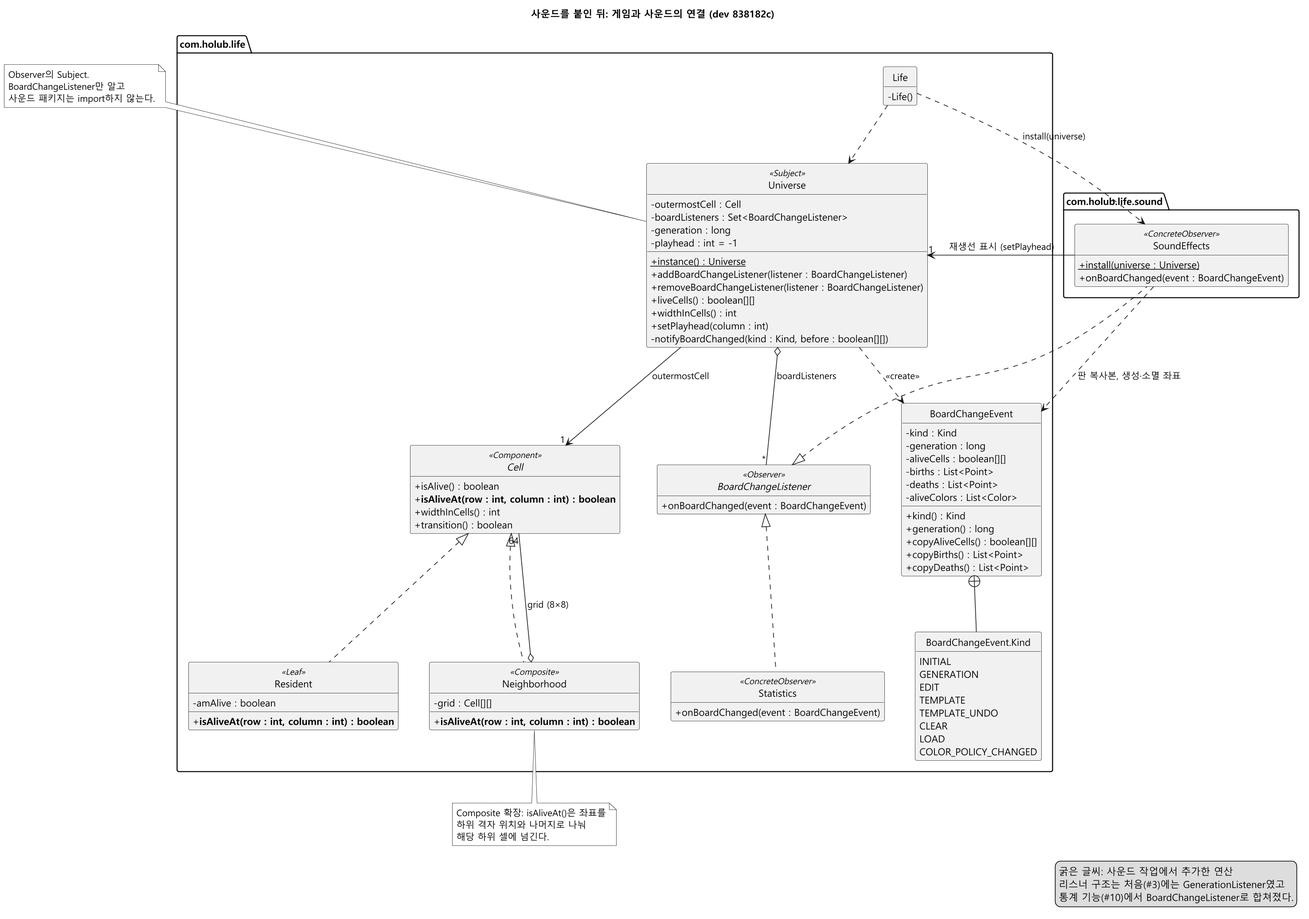
Above: docs/sound-effects/diagram/class-after.png in mckimR1972/DP_team_project (PlantUML), before the change. The source it was exported from:
```plantuml
@startuml class-after
!pragma layout smetana
skinparam monochrome true
skinparam dpi 150
skinparam shadowing false
skinparam defaultFontName "Malgun Gothic"
skinparam classAttributeIconSize 0
hide circle
set separator none
hide empty members
skinparam ranksep 60
skinparam nodesep 45
title 사운드를 붙인 뒤: 게임과 사운드의 연결 (dev 838182c)

package "com.holub.life" {
  class Life {
    - Life()
  }

  class Universe <<Subject>> {
    - outermostCell : Cell
    - boardListeners : Set<BoardChangeListener>
    - generation : long
    - playhead : int = -1
    + {static} instance() : Universe
    + addBoardChangeListener(listener : BoardChangeListener)
    + removeBoardChangeListener(listener : BoardChangeListener)
    + liveCells() : boolean[][]
    + widthInCells() : int
    + setPlayhead(column : int)
    - notifyBoardChanged(kind : Kind, before : boolean[][])
  }

  interface BoardChangeListener <<Observer>> {
    + onBoardChanged(event : BoardChangeEvent)
  }

  class BoardChangeEvent {
    - kind : Kind
    - generation : long
    - aliveCells : boolean[][]
    - births : List<Point>
    - deaths : List<Point>
    - aliveColors : List<Color>
    + kind() : Kind
    + generation() : long
    + copyAliveCells() : boolean[][]
    + copyBirths() : List<Point>
    + copyDeaths() : List<Point>
  }

  enum "BoardChangeEvent.Kind" as Kind {
    INITIAL
    GENERATION
    EDIT
    TEMPLATE
    TEMPLATE_UNDO
    CLEAR
    LOAD
    COLOR_POLICY_CHANGED
  }

  class Statistics <<ConcreteObserver>> {
    + onBoardChanged(event : BoardChangeEvent)
  }

  interface Cell <<Component>> {
    + isAlive() : boolean
    + **isAliveAt(row : int, column : int) : boolean**
    + widthInCells() : int
    + transition() : boolean
  }

  class Neighborhood <<Composite>> {
    - grid : Cell[][]
    + **isAliveAt(row : int, column : int) : boolean**
  }

  class Resident <<Leaf>> {
    - amAlive : boolean
    + **isAliveAt(row : int, column : int) : boolean**
  }
}

package "com.holub.life.sound" {
  class SoundEffects <<ConcreteObserver>> {
    + {static} install(universe : Universe)
    + onBoardChanged(event : BoardChangeEvent)
  }
}

Life ..> Universe
Life ..> SoundEffects : install(universe)

Universe o-- "*" BoardChangeListener : boardListeners
Universe ..> BoardChangeEvent : <<create>>
BoardChangeEvent +-- Kind
BoardChangeListener <|.. Statistics
BoardChangeListener <|.. SoundEffects
SoundEffects ..> BoardChangeEvent : 판 복사본, 생성·소멸 좌표
SoundEffects --> "1" Universe : 재생선 표시 (setPlayhead)

Universe --> "1" Cell : outermostCell
Cell <|.. Neighborhood
Cell <|.. Resident
Neighborhood o-- "64" Cell : grid (8×8)

note top of Universe
  Observer의 Subject.
  BoardChangeListener만 알고
  사운드 패키지는 import하지 않는다.
end note

note bottom of Neighborhood
  Composite 확장: isAliveAt()은 좌표를
  하위 격자 위치와 나머지로 나눠
  해당 하위 셀에 넘긴다.
end note

legend right
  굵은 글씨: 사운드 작업에서 추가한 연산
  리스너 구조는 처음(#3)에는 GenerationListener였고
  통계 기능(#10)에서 BoardChangeListener로 합쳐졌다.
endlegend
@enduml
```
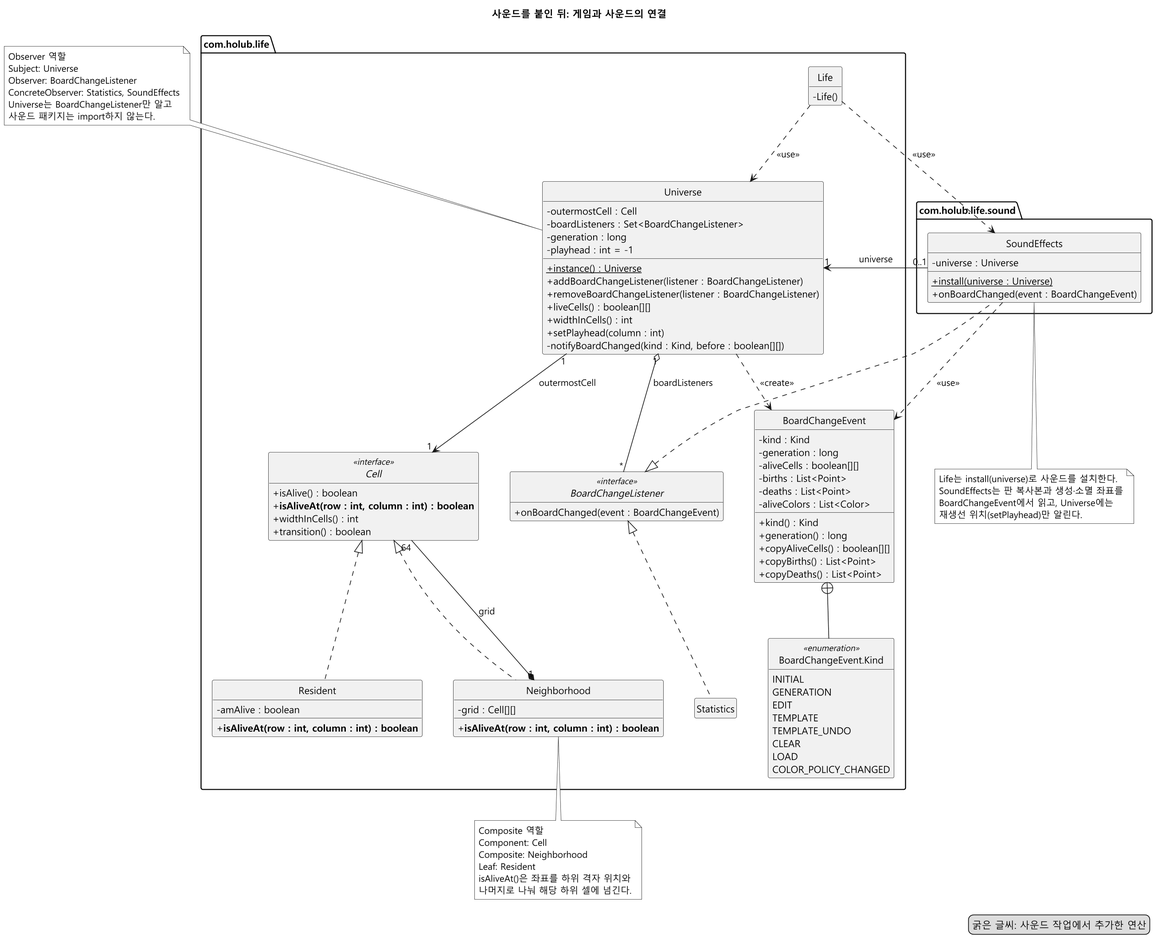
Later version of the same file.

The edit, as a diff of the source:
```diff
@@ -10,14 +10,14 @@
 hide empty members
 skinparam ranksep 60
 skinparam nodesep 45
-title 사운드를 붙인 뒤: 게임과 사운드의 연결 (dev 838182c)
+title 사운드를 붙인 뒤: 게임과 사운드의 연결
 
 package "com.holub.life" {
   class Life {
     - Life()
   }
 
-  class Universe <<Subject>> {
+  class Universe {
     - outermostCell : Cell
     - boardListeners : Set<BoardChangeListener>
     - generation : long
@@ -31,7 +31,7 @@
     - notifyBoardChanged(kind : Kind, before : boolean[][])
   }
 
-  interface BoardChangeListener <<Observer>> {
+  interface BoardChangeListener <<interface>> {
     + onBoardChanged(event : BoardChangeEvent)
   }
 
@@ -49,7 +49,7 @@
     + copyDeaths() : List<Point>
   }
 
-  enum "BoardChangeEvent.Kind" as Kind {
+  enum "BoardChangeEvent.Kind" as Kind <<enumeration>> {
     INITIAL
     GENERATION
     EDIT
@@ -60,66 +60,76 @@
     COLOR_POLICY_CHANGED
   }
 
-  class Statistics <<ConcreteObserver>> {
-    + onBoardChanged(event : BoardChangeEvent)
-  }
+  class Statistics
 
-  interface Cell <<Component>> {
+  interface Cell <<interface>> {
     + isAlive() : boolean
     + **isAliveAt(row : int, column : int) : boolean**
     + widthInCells() : int
     + transition() : boolean
   }
 
-  class Neighborhood <<Composite>> {
+  class Neighborhood {
     - grid : Cell[][]
     + **isAliveAt(row : int, column : int) : boolean**
   }
 
-  class Resident <<Leaf>> {
+  class Resident {
     - amAlive : boolean
     + **isAliveAt(row : int, column : int) : boolean**
   }
 }
 
 package "com.holub.life.sound" {
-  class SoundEffects <<ConcreteObserver>> {
+  class SoundEffects {
+    - universe : Universe
     + {static} install(universe : Universe)
     + onBoardChanged(event : BoardChangeEvent)
   }
 }
 
-Life ..> Universe
-Life ..> SoundEffects : install(universe)
+Life ..> Universe : <<use>>
+Life ..> SoundEffects : <<use>>
 
-Universe o-- "*" BoardChangeListener : boardListeners
+Universe "1" o-- "*" BoardChangeListener : boardListeners
 Universe ..> BoardChangeEvent : <<create>>
 BoardChangeEvent +-- Kind
 BoardChangeListener <|.. Statistics
 BoardChangeListener <|.. SoundEffects
-SoundEffects ..> BoardChangeEvent : 판 복사본, 생성·소멸 좌표
-SoundEffects --> "1" Universe : 재생선 표시 (setPlayhead)
+SoundEffects ..> BoardChangeEvent : <<use>>
+SoundEffects "0..1" --> "1" Universe : universe
 
-Universe --> "1" Cell : outermostCell
+Universe "1" --> "1" Cell : outermostCell
 Cell <|.. Neighborhood
 Cell <|.. Resident
-Neighborhood o-- "64" Cell : grid (8×8)
+Neighborhood "1" *-- "64" Cell : grid
 
 note top of Universe
-  Observer의 Subject.
-  BoardChangeListener만 알고
+  Observer 역할
+  Subject: Universe
+  Observer: BoardChangeListener
+  ConcreteObserver: Statistics, SoundEffects
+  Universe는 BoardChangeListener만 알고
   사운드 패키지는 import하지 않는다.
 end note
 
 note bottom of Neighborhood
-  Composite 확장: isAliveAt()은 좌표를
-  하위 격자 위치와 나머지로 나눠
-  해당 하위 셀에 넘긴다.
+  Composite 역할
+  Component: Cell
+  Composite: Neighborhood
+  Leaf: Resident
+  isAliveAt()은 좌표를 하위 격자 위치와
+  나머지로 나눠 해당 하위 셀에 넘긴다.
+end note
+
+note bottom of SoundEffects
+  Life는 install(universe)로 사운드를 설치한다.
+  SoundEffects는 판 복사본과 생성·소멸 좌표를
+  BoardChangeEvent에서 읽고, Universe에는
+  재생선 위치(setPlayhead)만 알린다.
 end note
 
 legend right
   굵은 글씨: 사운드 작업에서 추가한 연산
-  리스너 구조는 처음(#3)에는 GenerationListener였고
-  통계 기능(#10)에서 BoardChangeListener로 합쳐졌다.
 endlegend
 @enduml
```
